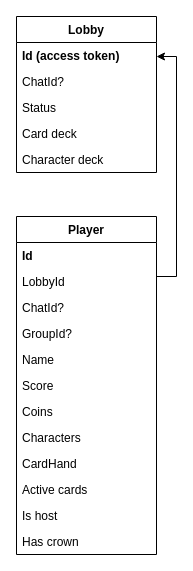
Earlier version of the draw.io diagram docs/ER diagram.drawio (AntonArtomovNM/KCAA). Source tidied: cells renumbered, new cells numbered last; positions are measured from the earlier drawing's top-left corner, leaving out a move shared by most shapes. Both pictures are drawn from the tidied source at 100%, with x=0, y=0 at pixel (16, 16).
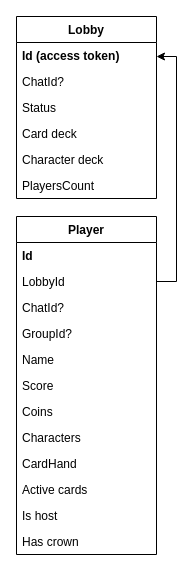
The same diagram, later.

The change refers to these unchanged cells:
```xml
<mxCell id="4" value="LobbyId" style="text;strokeColor=none;fillColor=none;align=left;verticalAlign=top;spacingLeft=4;spacingRight=4;overflow=hidden;points=[[0,0.5],[1,0.5]];portConstraint=eastwest;" parent="2" vertex="1">
  <mxGeometry y="52" width="140" height="26" as="geometry" />
</mxCell>
```

Diff of the diagram source:
```diff
@@
     <mxCell id="15" value="Lobby" style="swimlane;fontStyle=1;horizontal=1;startSize=26;" parent="1" vertex="1">
-      <mxGeometry width="140" height="156" as="geometry" />
+      <mxGeometry width="140" height="182" as="geometry" />
     </mxCell>
@@
+    <mxCell id="22" value="PlayersCount" style="text;strokeColor=none;fillColor=none;align=left;verticalAlign=top;spacingLeft=4;spacingRight=4;overflow=hidden;" parent="15" vertex="1">
+      <mxGeometry y="156" width="140" height="26" as="geometry" />
+    </mxCell>
-    <mxCell id="21" style="edgeStyle=orthogonalEdgeStyle;rounded=0;orthogonalLoop=1;jettySize=auto;html=1;startArrow=classic;startFill=1;endArrow=none;endFill=0;" parent="1" edge="1">
+    <mxCell id="21" style="edgeStyle=orthogonalEdgeStyle;rounded=0;jettySize=auto;html=1;startArrow=classic;startFill=1;endArrow=none;endFill=0;entryX=1;entryY=0.5;entryDx=0;entryDy=0;" parent="1" edge="1" target="4">
       <mxGeometry relative="1" as="geometry">
         <mxPoint x="140" y="40" as="sourcePoint" />
-        <mxPoint x="140" y="260" as="targetPoint" />
         <Array as="points">
           <mxPoint x="160" y="40" />
-          <mxPoint x="160" y="260" />
-          <mxPoint x="140" y="260" />
+          <mxPoint x="160" y="265" />
         </Array>
       </mxGeometry>
     </mxCell>
```
